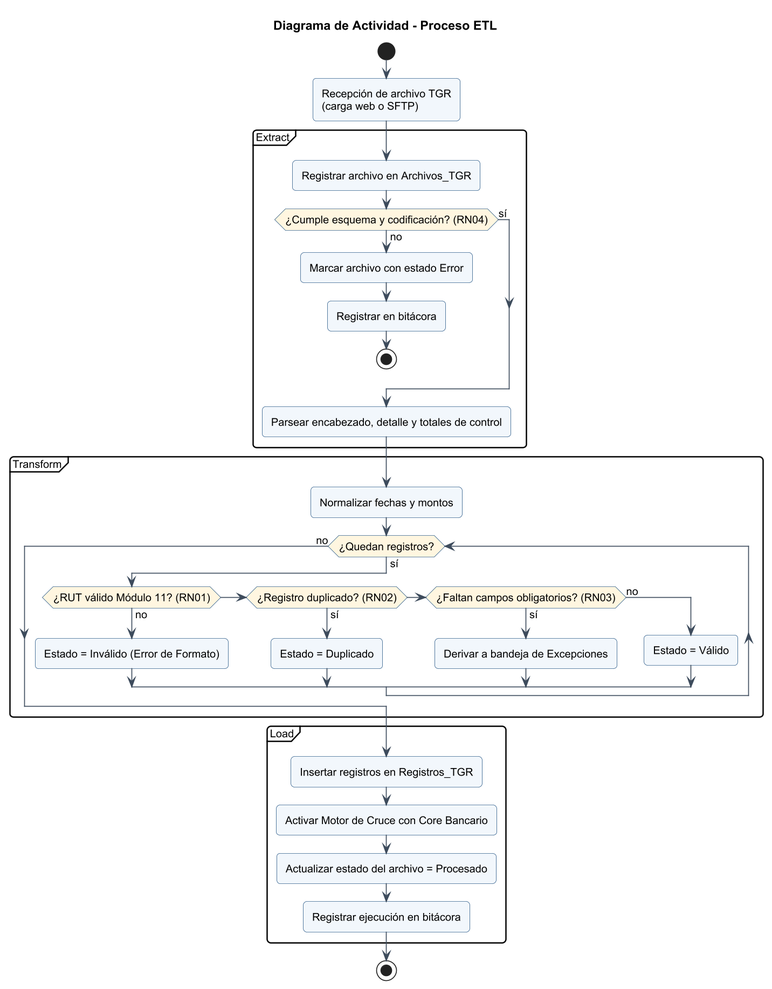
Earlier version of the PlantUML export Fase 2/Evidencias Proyecto/Evidencias de Documentación/Análisis y Diseño/Diagramas/06_actividad_etl.png (JS-Ranker/CAPSTONE).
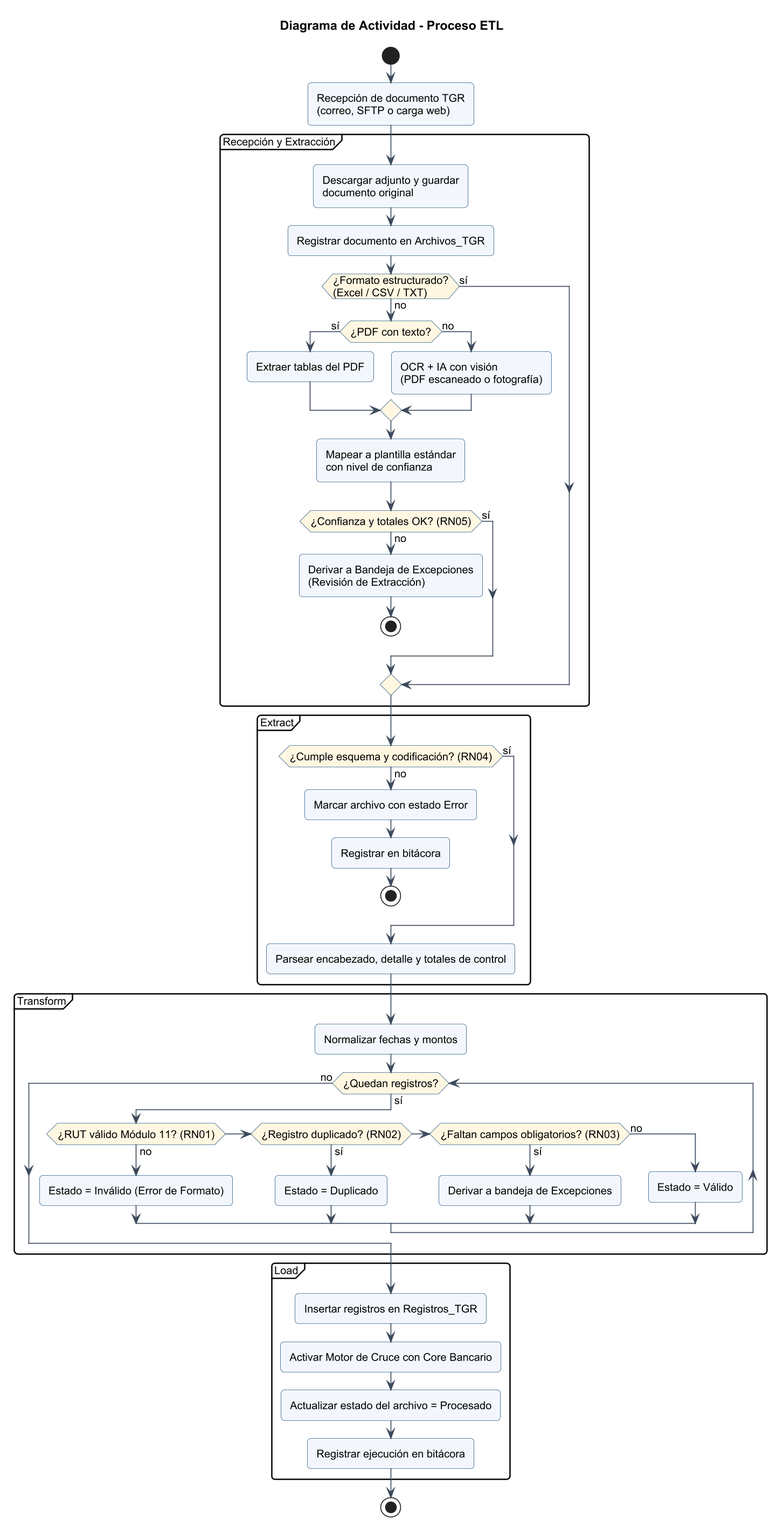
The same diagram one commit later.

The edit, as a diff of the source:
```diff
@@ -3,9 +3,26 @@
 title Diagrama de Actividad - Proceso ETL
 
 start
-:Recepción de archivo TGR\n(carga web o SFTP);
+:Recepción de documento TGR\n(correo, SFTP o carga web);
+partition "Recepción y Extracción" {
+  :Descargar adjunto y guardar\ndocumento original;
+  :Registrar documento en Archivos_TGR;
+  if (¿Formato estructurado?\n(Excel / CSV / TXT)) then (sí)
+  else (no)
+    if (¿PDF con texto?) then (sí)
+      :Extraer tablas del PDF;
+    else (no)
+      :OCR + IA con visión\n(PDF escaneado o fotografía);
+    endif
+    :Mapear a plantilla estándar\ncon nivel de confianza;
+    if (¿Confianza y totales OK? (RN05)) then (no)
+      :Derivar a Bandeja de Excepciones\n(Revisión de Extracción);
+      stop
+    else (sí)
+    endif
+  endif
+}
 partition "Extract" {
-  :Registrar archivo en Archivos_TGR;
   if (¿Cumple esquema y codificación? (RN04)) then (no)
     :Marcar archivo con estado Error;
     :Registrar en bitácora;
```
